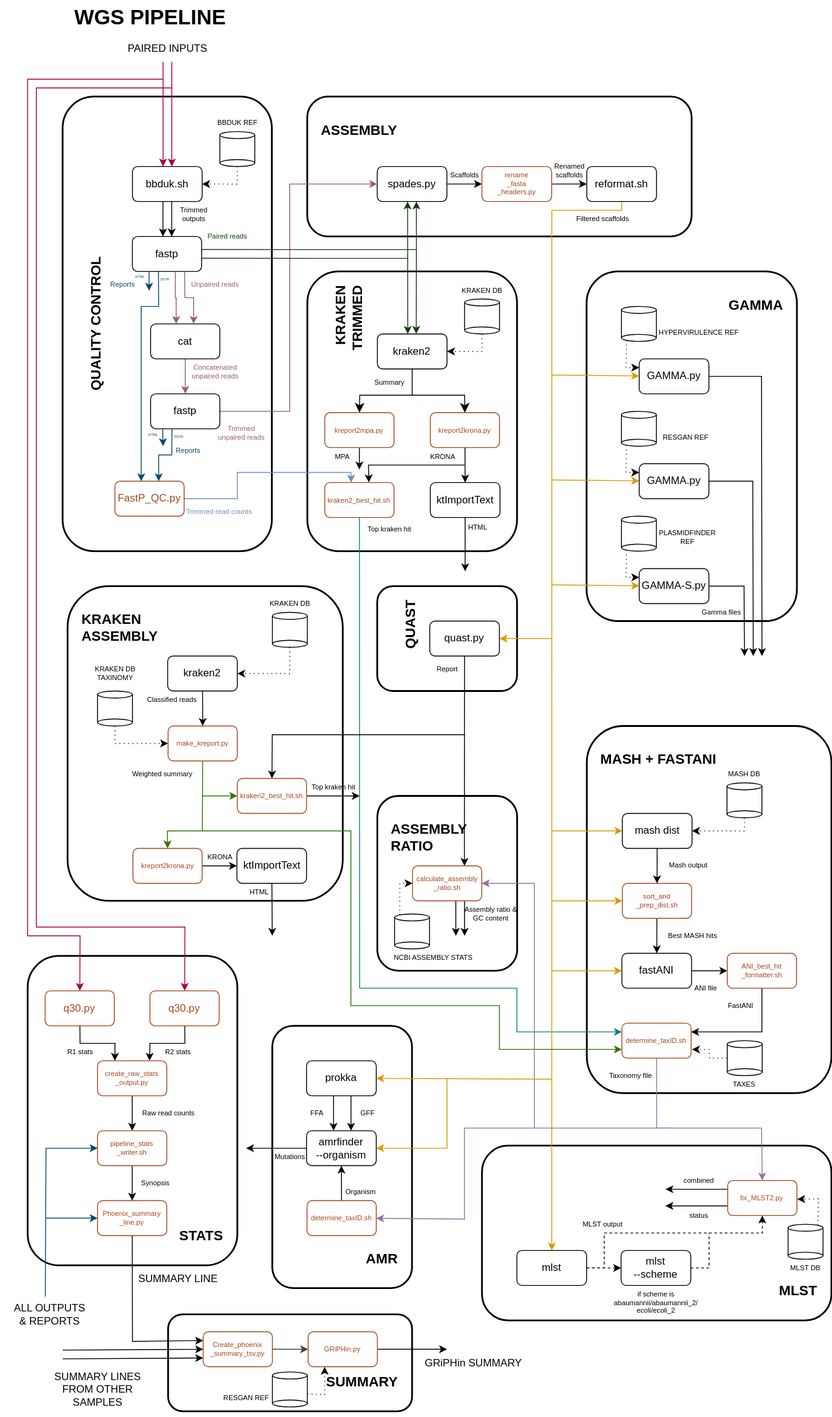
Before: flowchart.svg, a diagram exported from draw.io (tanzim-rahman/wgs-pipeline). Source tidied: cells renumbered, new cells last; positions are measured from the earlier drawing's top-left corner, leaving out a move shared by most shapes.
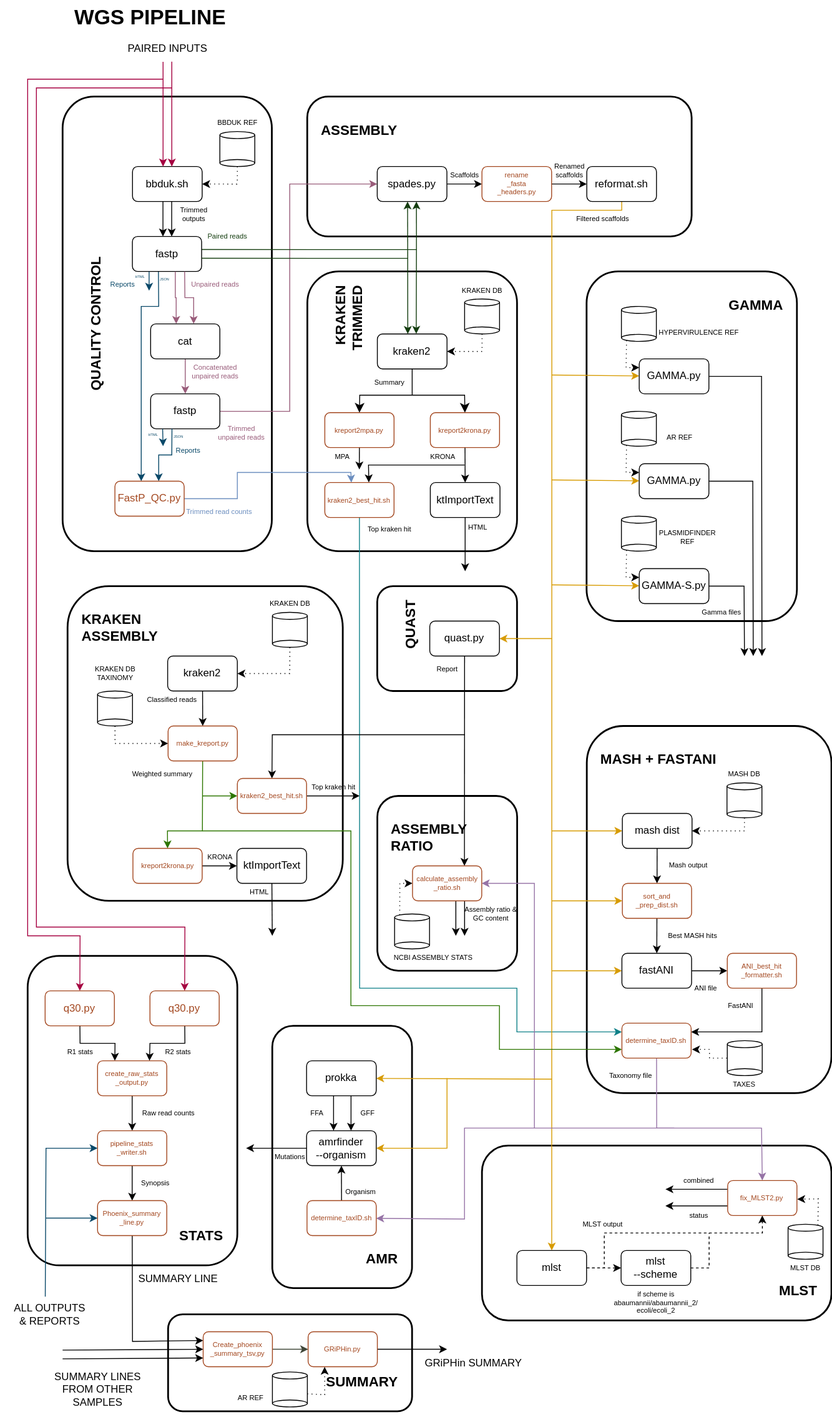
After the commit.

Commit message:
ar ref indicated

Diff of the diagram source:
```diff
@@ -398,8 +398,8 @@
     <mxCell id="95" value="HYPERVIRULENCE REF" style="text;html=1;align=center;verticalAlign=middle;strokeColor=none;fillColor=none;fontSize=8;fontColor=#000000;" parent="1" vertex="1">
       <mxGeometry x="742.8" y="370" width="110" height="20" as="geometry" />
     </mxCell>
-    <mxCell id="96" value="RESGAN REF" style="text;html=1;align=center;verticalAlign=middle;strokeColor=none;fillColor=none;fontSize=8;fontColor=#000000;" parent="1" vertex="1">
-      <mxGeometry x="742.8" y="490" width="80" height="20" as="geometry" />
+    <mxCell id="96" value="AR REF" style="text;html=1;align=center;verticalAlign=middle;strokeColor=none;fillColor=none;fontSize=8;fontColor=#000000;" parent="1" vertex="1">
+      <mxGeometry x="750.8" y="490" width="50" height="20" as="geometry" />
     </mxCell>
     <mxCell id="97" value="PLASMIDFINDER&lt;br&gt;REF" style="text;html=1;align=center;verticalAlign=middle;strokeColor=none;fillColor=none;fontSize=8;fontColor=#000000;" parent="1" vertex="1">
       <mxGeometry x="739.6" y="598.5" width="90" height="30" as="geometry" />
@@ -1101,8 +1101,8 @@
     <mxCell id="269" value="SUMMARY LINES&lt;br&gt;FROM OTHER&lt;br&gt;SAMPLES" style="text;html=1;align=center;verticalAlign=middle;strokeColor=none;fillColor=none;fontSize=12;rounded=1;shadow=0;glass=0;strokeWidth=2;fontColor=#000000;" parent="1" vertex="1">
       <mxGeometry x="50" y="1559" width="120" height="60" as="geometry" />
     </mxCell>
-    <mxCell id="270" value="RESGAN REF" style="text;html=1;align=center;verticalAlign=middle;strokeColor=none;fillColor=none;fontSize=8;fontColor=#000000;" parent="1" vertex="1">
-      <mxGeometry x="240" y="1589" width="80" height="20" as="geometry" />
+    <mxCell id="270" value="AR REF" style="text;html=1;align=center;verticalAlign=middle;strokeColor=none;fillColor=none;fontSize=8;fontColor=#000000;" parent="1" vertex="1">
+      <mxGeometry x="259.5" y="1589" width="50" height="20" as="geometry" />
     </mxCell>
     <mxCell id="271" style="group;" parent="1" vertex="1">
       <mxGeometry x="310.1" y="1569" width="40" height="40" as="geometry" />
```
